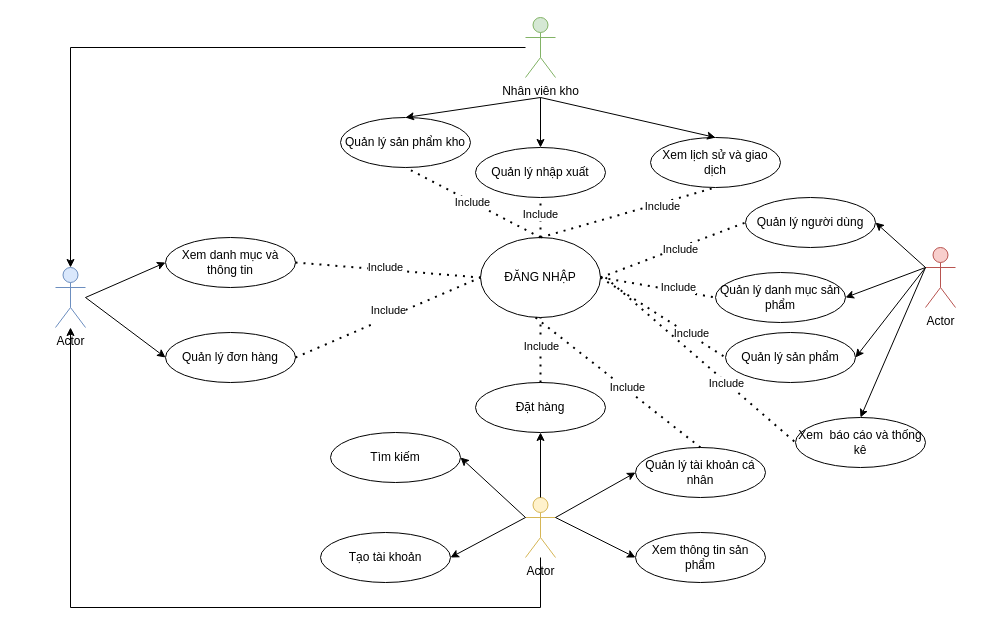
Above: page "Sơ đồ 1" (1 of 7) of Sodochinh.drawio in DangNgocDuong250903/DoAn (draw.io), before the change. Source tidied: cells renumbered, new cells numbered last; positions are measured from the earlier drawing's top-left corner, leaving out a move shared by most shapes. Both pictures are drawn from the tidied source at 100%, with x=0, y=0 at pixel (55, 17).
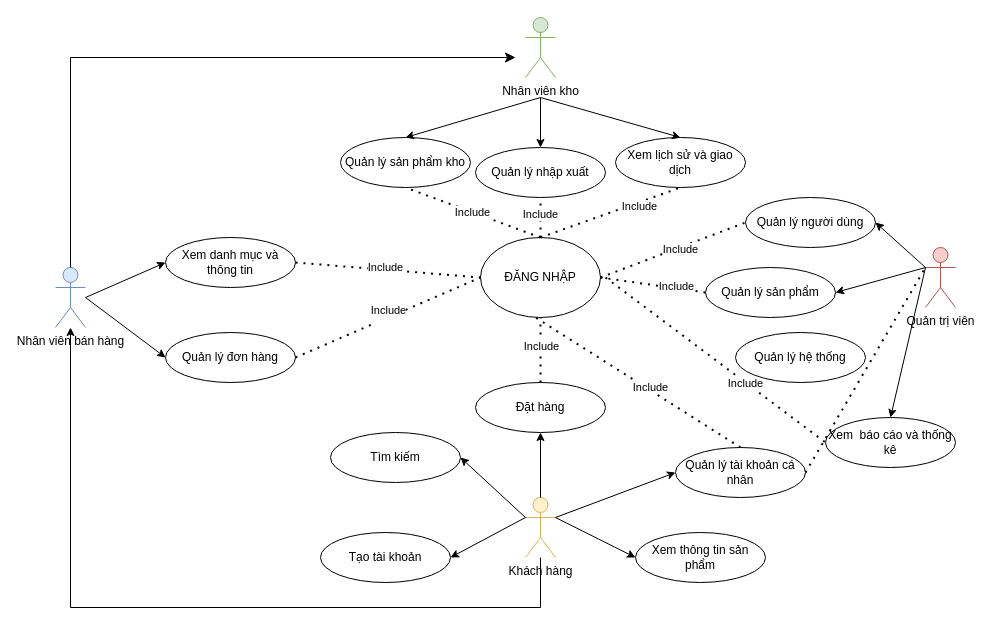
Above is the later version.

Unchanged cells that the change refers to:
```xml
<mxCell id="3" value="Nhân viên kho" style="shape=umlActor;verticalLabelPosition=bottom;verticalAlign=top;html=1;outlineConnect=0;fillColor=#d5e8d4;strokeColor=#82b366;" parent="1" vertex="1">
  <mxGeometry x="470" width="30" height="60" as="geometry" />
</mxCell>
<mxCell id="11" value="ĐĂNG NHẬP" style="ellipse;whiteSpace=wrap;html=1;" parent="1" vertex="1">
  <mxGeometry x="425" y="220" width="120" height="80" as="geometry" />
</mxCell>
```

Diff of the diagram source:
```diff
@@
-    <mxCell id="2" style="edgeStyle=orthogonalEdgeStyle;rounded=0;jettySize=auto;html=1;entryX=0.5;entryY=0;entryDx=0;entryDy=0;entryPerimeter=0;" parent="1" edge="1" source="3" target="4">
-      <mxGeometry relative="1" as="geometry" />
-    </mxCell>
@@
-    <mxCell id="4" value="Actor" style="shape=umlActor;verticalLabelPosition=bottom;verticalAlign=top;html=1;outlineConnect=0;fillColor=#dae8fc;strokeColor=#6c8ebf;" parent="1" vertex="1">
+    <mxCell id="4" value="Nhân viên bán hàng" style="shape=umlActor;verticalLabelPosition=bottom;verticalAlign=top;html=1;outlineConnect=0;fillColor=#dae8fc;strokeColor=#6c8ebf;" parent="1" vertex="1">
       <mxGeometry y="250" width="30" height="60" as="geometry" />
     </mxCell>
@@
-    <mxCell id="6" value="Actor" style="shape=umlActor;verticalLabelPosition=bottom;verticalAlign=top;html=1;outlineConnect=0;fillColor=#fff2cc;strokeColor=#d6b656;" parent="1" vertex="1">
+    <mxCell id="6" value="Khách hàng" style="shape=umlActor;verticalLabelPosition=bottom;verticalAlign=top;html=1;outlineConnect=0;fillColor=#fff2cc;strokeColor=#d6b656;" parent="1" vertex="1">
       <mxGeometry x="470" y="480" width="30" height="60" as="geometry" />
     </mxCell>
-    <mxCell id="7" value="Actor" style="shape=umlActor;verticalLabelPosition=bottom;verticalAlign=top;html=1;outlineConnect=0;fillColor=#f8cecc;strokeColor=#b85450;" parent="1" vertex="1">
+    <mxCell id="7" value="Quản trị viên" style="shape=umlActor;verticalLabelPosition=bottom;verticalAlign=top;html=1;outlineConnect=0;fillColor=#f8cecc;strokeColor=#b85450;" parent="1" vertex="1">
       <mxGeometry x="870" y="230" width="30" height="60" as="geometry" />
     </mxCell>
     <mxCell id="8" value="Quản lý sản phẩm kho" style="ellipse;whiteSpace=wrap;html=1;" parent="1" vertex="1">
-      <mxGeometry x="285" y="100" width="130" height="50" as="geometry" />
+      <mxGeometry x="285" y="120" width="130" height="50" as="geometry" />
     </mxCell>
@@
     <mxCell id="10" value="Xem lịch sử và giao dịch" style="ellipse;whiteSpace=wrap;html=1;" parent="1" vertex="1">
-      <mxGeometry x="595" y="120" width="130" height="50" as="geometry" />
+      <mxGeometry x="560" y="120" width="130" height="50" as="geometry" />
     </mxCell>
@@
     <mxCell id="16" value="Quản lý tài khoản cá nhân" style="ellipse;whiteSpace=wrap;html=1;" parent="1" vertex="1">
-      <mxGeometry x="580" y="430" width="130" height="50" as="geometry" />
+      <mxGeometry x="620" y="430" width="130" height="50" as="geometry" />
     </mxCell>
@@
-    <mxCell id="20" value="Quản lý danh mục sản phẩm" style="ellipse;whiteSpace=wrap;html=1;" parent="1" vertex="1">
-      <mxGeometry x="660" y="255" width="130" height="50" as="geometry" />
-    </mxCell>
     <mxCell id="21" value="Quản lý sản phẩm" style="ellipse;whiteSpace=wrap;html=1;" parent="1" vertex="1">
-      <mxGeometry x="670" y="315" width="130" height="50" as="geometry" />
+      <mxGeometry x="650" y="250" width="130" height="50" as="geometry" />
     </mxCell>
     <mxCell id="22" value="Xem&amp;nbsp; báo cáo và thống kê" style="ellipse;whiteSpace=wrap;html=1;" parent="1" vertex="1">
-      <mxGeometry x="740" y="400" width="130" height="50" as="geometry" />
+      <mxGeometry x="770" y="400" width="130" height="50" as="geometry" />
     </mxCell>
@@
-    <mxCell id="34" style="endArrow=classic;html=1;rounded=0;entryX=1;entryY=0.5;entryDx=0;entryDy=0;" parent="1" edge="1" target="20">
-      <mxGeometry relative="1" as="geometry">
-        <mxPoint x="870" y="250" as="sourcePoint" />
-      </mxGeometry>
-    </mxCell>
@@
-    <mxCell id="52" style="endArrow=none;dashed=1;html=1;dashPattern=1 3;strokeWidth=2;rounded=0;entryX=0;entryY=0.5;entryDx=0;entryDy=0;exitX=1;exitY=0.5;exitDx=0;exitDy=0;" parent="1" edge="1" source="11" target="20">
-      <mxGeometry relative="1" as="geometry" />
-    </mxCell>
-    <mxCell id="53" value="Include" style="edgeLabel;html=1;align=center;verticalAlign=middle;" parent="52" vertex="1">
-      <mxGeometry x="0.34" y="4" relative="1" as="geometry" />
-    </mxCell>
@@
+    <mxCell id="58" style="edgeStyle=segmentEdgeStyle;endArrow=classic;html=1;curved=0;rounded=0;endSize=8;startSize=8;exitX=0.5;exitY=0;exitDx=0;exitDy=0;exitPerimeter=0;" parent="1" edge="1" source="4">
+      <mxGeometry relative="1" as="geometry">
+        <mxPoint x="460" y="40" as="targetPoint" />
+        <Array as="points">
+          <mxPoint x="15" y="40" />
+        </Array>
+      </mxGeometry>
+    </mxCell>
+    <mxCell id="59" style="endArrow=none;dashed=1;html=1;dashPattern=1 3;strokeWidth=2;rounded=0;exitX=1;exitY=0.5;exitDx=0;exitDy=0;" parent="1" edge="1" source="16">
+      <mxGeometry relative="1" as="geometry">
+        <mxPoint x="870" y="250" as="targetPoint" />
+      </mxGeometry>
+    </mxCell>
+    <mxCell id="60" value="Quản lý hệ thống" style="ellipse;whiteSpace=wrap;html=1;" parent="1" vertex="1">
+      <mxGeometry x="680" y="315" width="130" height="50" as="geometry" />
+    </mxCell>
```
